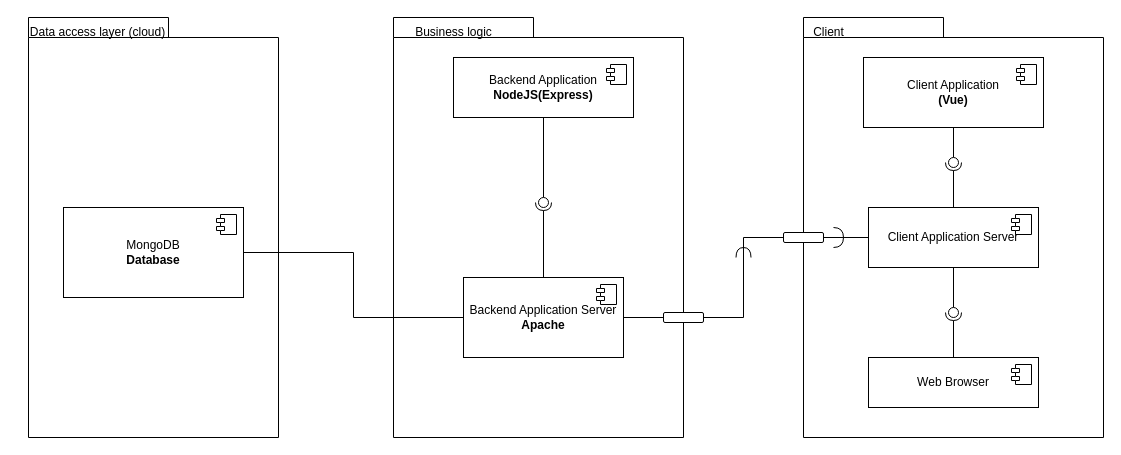
The draw.io diagram Диаграмма компонентов.drawio in epsil0n66/ProjectMethodsSlanina, before the edit. Source tidied: cells renumbered, new cells numbered last; positions are measured from the earlier drawing's top-left corner, leaving out a move shared by most shapes. Both pictures are drawn from the tidied source at 100%, with x=0, y=0 at pixel (17, 17).
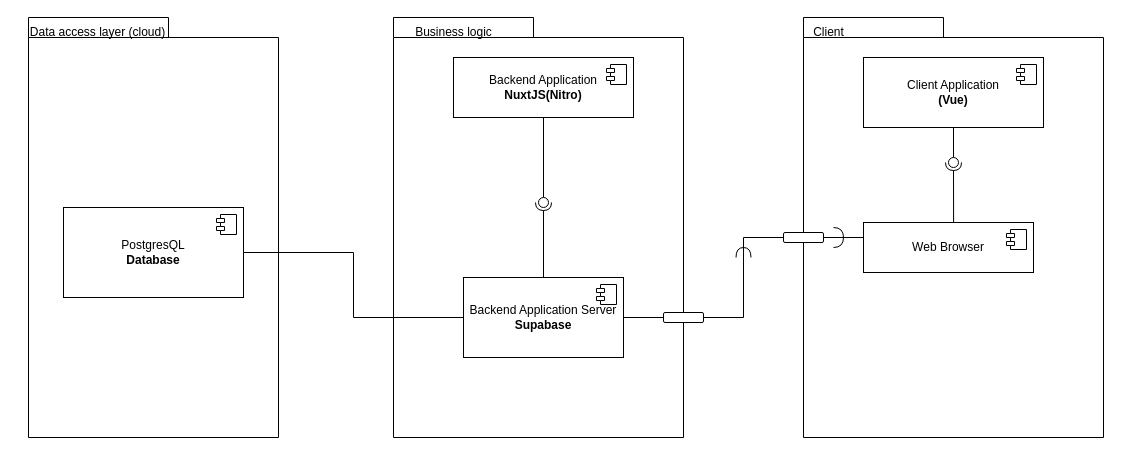
The same page after the edit.

Unchanged cells that the change refers to:
```xml
<mxCell id="27" style="ellipse;whiteSpace=wrap;html=1;align=center;points=[];outlineConnect=0;sketch=0;" parent="1" vertex="1">
  <mxGeometry x="931" y="140" width="10" height="10" as="geometry" />
</mxCell>
```

Change to the diagram source:
```diff
@@
-    <mxCell id="8" value="MongoDB&lt;br&gt;&lt;b&gt;Database&lt;/b&gt;" style="html=1;whiteSpace=wrap;" parent="1" vertex="1">
+    <mxCell id="8" value="PostgresQL&lt;br&gt;&lt;b&gt;Database&lt;/b&gt;" style="html=1;whiteSpace=wrap;" parent="1" vertex="1">
       <mxGeometry x="46" y="190" width="180" height="90" as="geometry" />
     </mxCell>
@@
-    <mxCell id="10" value="Backend Application&lt;br&gt;&lt;b&gt;NodeJS(Express)&lt;/b&gt;" style="html=1;whiteSpace=wrap;" parent="1" vertex="1">
+    <mxCell id="10" value="Backend Application&lt;br&gt;&lt;b&gt;NuxtJS(Nitro)&lt;/b&gt;" style="html=1;whiteSpace=wrap;" parent="1" vertex="1">
       <mxGeometry x="436" y="40" width="180" height="60" as="geometry" />
     </mxCell>
@@
-    <mxCell id="13" value="Backend Application Server&lt;br&gt;&lt;b&gt;Apache&lt;/b&gt;" style="html=1;whiteSpace=wrap;" parent="1" vertex="1">
+    <mxCell id="13" value="Backend Application Server&lt;br&gt;&lt;b&gt;Supabase&lt;/b&gt;" style="html=1;whiteSpace=wrap;" parent="1" vertex="1">
       <mxGeometry x="446" y="260" width="160" height="80" as="geometry" />
     </mxCell>
@@
-    <mxCell id="17" style="edgeStyle=orthogonalEdgeStyle;rounded=0;jettySize=auto;html=1;entryX=1;entryY=0.5;entryDx=0;entryDy=0;endArrow=none;endFill=0;" parent="1" edge="1" source="18" target="13">
+    <mxCell id="17" style="edgeStyle=orthogonalEdgeStyle;rounded=0;jettySize=auto;html=1;entryX=1;entryY=0.5;entryDx=0;entryDy=0;endArrow=none;endFill=0;" parent="1" edge="1" target="13">
       <mxGeometry relative="1" as="geometry">
+        <mxPoint x="851" y="220" as="sourcePoint" />
         <Array as="points">
           <mxPoint x="726" y="220" />
           <mxPoint x="726" y="300" />
         </Array>
       </mxGeometry>
     </mxCell>
-    <mxCell id="18" value="Client Application Server" style="html=1;whiteSpace=wrap;" parent="1" vertex="1">
-      <mxGeometry x="851" y="190" width="170" height="60" as="geometry" />
-    </mxCell>
-    <mxCell id="19" style="shape=module;jettyWidth=8;jettyHeight=4;" parent="18" vertex="1">
-      <mxGeometry x="1" width="20" height="20" relative="1" as="geometry">
-        <mxPoint x="-27" y="7" as="offset" />
-      </mxGeometry>
-    </mxCell>
     <mxCell id="20" value="Web Browser" style="html=1;whiteSpace=wrap;" parent="1" vertex="1">
-      <mxGeometry x="851" y="340" width="170" height="50" as="geometry" />
+      <mxGeometry x="846" y="205" width="170" height="50" as="geometry" />
     </mxCell>
@@
-    <mxCell id="22" style="rounded=0;jettySize=auto;html=1;endArrow=none;endFill=0;sketch=0;sourcePerimeterSpacing=0;targetPerimeterSpacing=0;exitX=0.5;exitY=1;exitDx=0;exitDy=0;" parent="1" edge="1" source="18" target="24">
-      <mxGeometry relative="1" as="geometry" />
-    </mxCell>
-    <mxCell id="23" style="rounded=0;jettySize=auto;html=1;endArrow=halfCircle;endFill=0;entryX=0.5;entryY=0.5;endSize=6;strokeWidth=1;sketch=0;exitX=0.5;exitY=0;exitDx=0;exitDy=0;" parent="1" edge="1" source="20" target="24">
-      <mxGeometry relative="1" as="geometry" />
-    </mxCell>
-    <mxCell id="24" style="ellipse;whiteSpace=wrap;html=1;align=center;points=[];outlineConnect=0;sketch=0;" parent="1" vertex="1">
-      <mxGeometry x="931" y="290" width="10" height="10" as="geometry" />
-    </mxCell>
@@
-    <mxCell id="26" style="rounded=0;jettySize=auto;html=1;endArrow=halfCircle;endFill=0;entryX=0.5;entryY=0.5;endSize=6;strokeWidth=1;sketch=0;exitX=0.5;exitY=0;exitDx=0;exitDy=0;" parent="1" edge="1" source="18" target="27">
+    <mxCell id="26" style="rounded=0;jettySize=auto;html=1;endArrow=halfCircle;endFill=0;entryX=0.5;entryY=0.5;endSize=6;strokeWidth=1;sketch=0;exitX=0.53;exitY=0.006;exitDx=0;exitDy=0;exitPerimeter=0;" parent="1" edge="1" source="20" target="27">
       <mxGeometry relative="1" as="geometry" />
     </mxCell>
```
